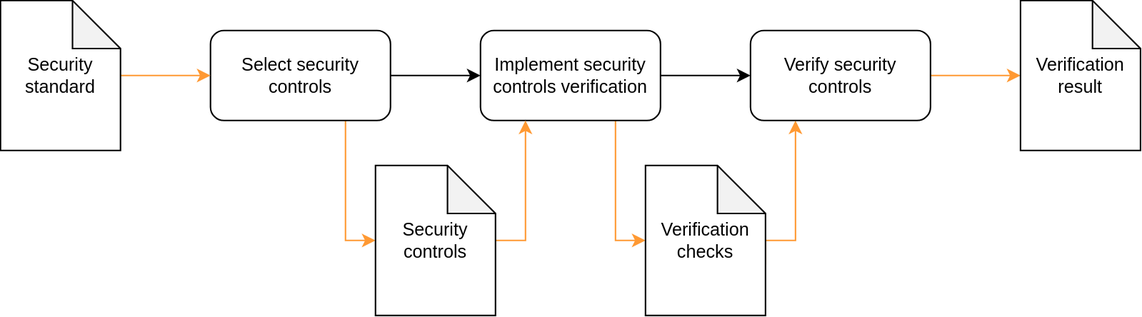
This is Analysis/artifactmodel/approach_visualization/continuous_compliance.drawio.svg from angrymeir/Evaluating-Contemporary-Approaches-for-Automated-Compliance-Checks-of-Software-intensive-Systems, a draw.io export, as it was before one commit. Source tidied: cells renumbered, new cells last; positions are measured from the earlier drawing's top-left corner, leaving out a move shared by most shapes.
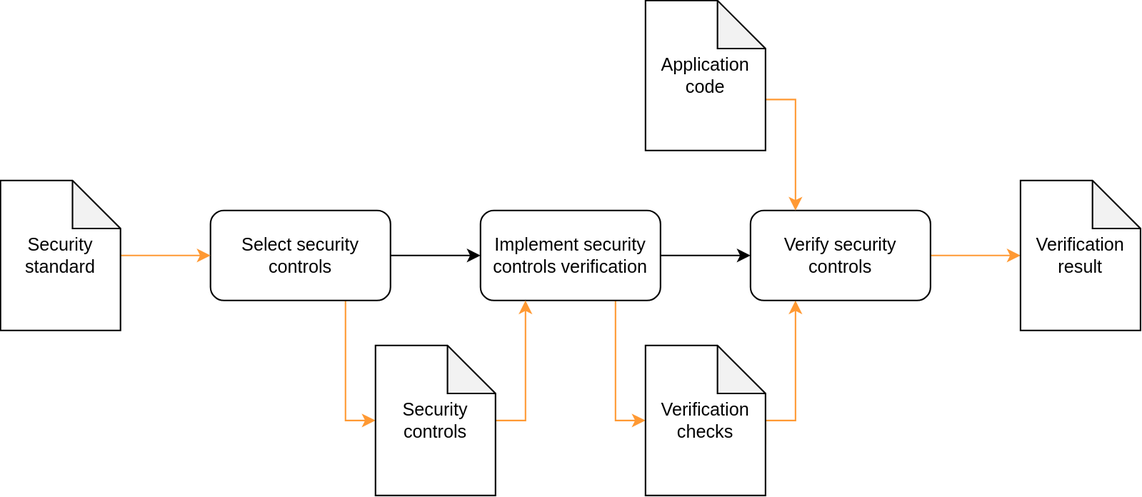
The same file after the commit.

Commit message:
Add missing Application code artifact to continuous compliance

Diff of the diagram source:
```diff
@@ -57,5 +57,11 @@
     <mxCell id="16" value="Verification result" style="shape=note;whiteSpace=wrap;html=1;backgroundOutline=1;darkOpacity=0.05;size=32;" parent="1" vertex="1">
       <mxGeometry x="680" width="80" height="100" as="geometry" />
     </mxCell>
+    <mxCell id="17" style="edgeStyle=orthogonalEdgeStyle;rounded=0;jettySize=auto;html=1;entryX=0.25;entryY=0;entryDx=0;entryDy=0;exitX=0;exitY=0;exitDx=80;exitDy=66;exitPerimeter=0;strokeColor=#FF9933;" parent="1" edge="1" source="18" target="15">
+      <mxGeometry relative="1" as="geometry" />
+    </mxCell>
+    <mxCell id="18" value="Application code" style="shape=note;whiteSpace=wrap;html=1;backgroundOutline=1;darkOpacity=0.05;size=32;" parent="1" vertex="1">
+      <mxGeometry x="430" y="-120" width="80" height="100" as="geometry" />
+    </mxCell>
   </root>
 </mxGraphModel>
```
